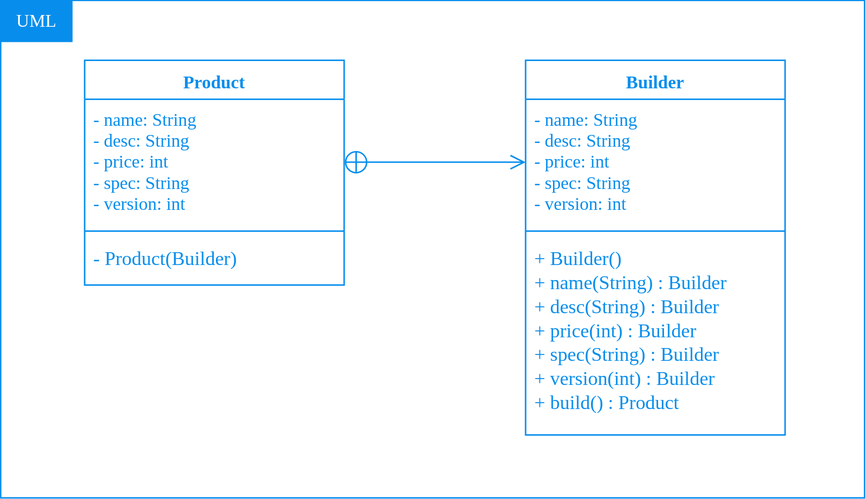
Before: assets/fonts/builder-design-pattern.svg, a diagram exported from draw.io (ahenteti/ahenteti.github.io). Source tidied: cells renumbered, new cells last; positions are measured from the earlier drawing's top-left corner, leaving out a move shared by most shapes.
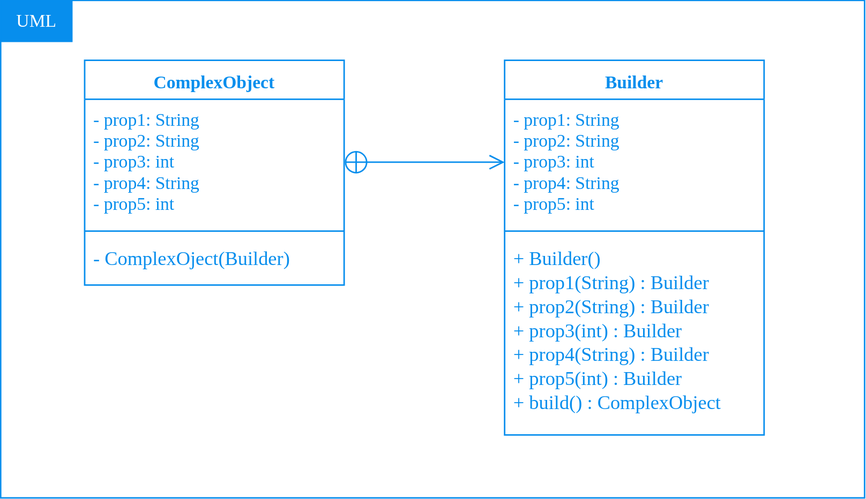
The same diagram one commit later.

Change to the diagram source:
```diff
@@ -11,31 +11,31 @@
     <mxCell id="4" value="&lt;font color=&quot;#ffffff&quot; face=&quot;Comic Sans MS&quot;&gt;UML&lt;/font&gt;" style="rounded=0;whiteSpace=wrap;html=1;strokeColor=#078EED;fillColor=#078EED;" parent="2" vertex="1">
       <mxGeometry width="47.4" height="27.3" as="geometry" />
     </mxCell>
-    <mxCell id="5" value="Product" style="swimlane;fontStyle=1;align=center;verticalAlign=top;horizontal=1;startSize=26;fillColor=none;strokeColor=#078EED;fontColor=#078EED;fontFamily=Comic Sans MS;" parent="1" vertex="1">
+    <mxCell id="5" value="ComplexObject" style="swimlane;fontStyle=1;align=center;verticalAlign=top;horizontal=1;startSize=26;fillColor=none;strokeColor=#078EED;fontColor=#078EED;fontFamily=Comic Sans MS;" parent="1" vertex="1">
       <mxGeometry x="56" y="40" width="173" height="150" as="geometry" />
     </mxCell>
-    <mxCell id="6" value="- name: String&#10;- desc: String&#10;- price: int&#10;- spec: String&#10;- version: int&#10;" style="text;strokeColor=none;fillColor=none;align=left;verticalAlign=top;spacingLeft=4;spacingRight=4;overflow=hidden;points=[[0,0.5],[1,0.5]];portConstraint=eastwest;fontColor=#078EED;fontFamily=Comic Sans MS;" parent="5" vertex="1">
+    <mxCell id="6" value="- prop1: String&#10;- prop2: String&#10;- prop3: int&#10;- prop4: String&#10;- prop5: int&#10;" style="text;strokeColor=none;fillColor=none;align=left;verticalAlign=top;spacingLeft=4;spacingRight=4;overflow=hidden;points=[[0,0.5],[1,0.5]];portConstraint=eastwest;fontColor=#078EED;fontFamily=Comic Sans MS;" parent="5" vertex="1">
       <mxGeometry y="26" width="173" height="84" as="geometry" />
     </mxCell>
     <mxCell id="7" style="line;strokeWidth=1;fillColor=none;align=left;verticalAlign=middle;spacingTop=-1;spacingLeft=3;spacingRight=3;labelPosition=right;strokeColor=#078EED;" parent="5" vertex="1">
       <mxGeometry y="110" width="173" height="8" as="geometry" />
     </mxCell>
-    <mxCell id="8" value="- Product(Builder)&#10;" style="text;strokeColor=none;fillColor=none;align=left;verticalAlign=top;spacingLeft=4;spacingRight=4;overflow=hidden;fontColor=#078EED;fontFamily=Comic Sans MS;fontSize=13;" parent="5" vertex="1">
+    <mxCell id="8" value="- ComplexOject(Builder)&#10;" style="text;strokeColor=none;fillColor=none;align=left;verticalAlign=top;spacingLeft=4;spacingRight=4;overflow=hidden;fontColor=#078EED;fontFamily=Comic Sans MS;fontSize=13;" parent="5" vertex="1">
       <mxGeometry y="118" width="173" height="32" as="geometry" />
     </mxCell>
     <mxCell id="9" style="endArrow=open;startArrow=circlePlus;endFill=0;startFill=0;endSize=8;html=1;exitX=1;exitY=0.5;exitDx=0;exitDy=0;strokeColor=#078EED;entryX=0;entryY=0.5;entryDx=0;entryDy=0;" parent="1" edge="1" source="6" target="11">
       <mxGeometry relative="1" as="geometry" />
     </mxCell>
     <mxCell id="10" value="Builder" style="swimlane;fontStyle=1;align=center;verticalAlign=top;horizontal=1;startSize=26;fillColor=none;strokeColor=#078EED;fontColor=#078EED;fontFamily=Comic Sans MS;" parent="1" vertex="1">
-      <mxGeometry x="336" y="26" width="173" height="250" as="geometry" />
+      <mxGeometry x="336" y="40" width="173" height="250" as="geometry" />
     </mxCell>
-    <mxCell id="11" value="- name: String&#10;- desc: String&#10;- price: int&#10;- spec: String&#10;- version: int&#10;" style="text;strokeColor=none;fillColor=none;align=left;verticalAlign=top;spacingLeft=4;spacingRight=4;overflow=hidden;points=[[0,0.5],[1,0.5]];portConstraint=eastwest;fontColor=#078EED;fontFamily=Comic Sans MS;" parent="10" vertex="1">
+    <mxCell id="11" value="- prop1: String&#10;- prop2: String&#10;- prop3: int&#10;- prop4: String&#10;- prop5: int" style="text;strokeColor=none;fillColor=none;align=left;verticalAlign=top;spacingLeft=4;spacingRight=4;overflow=hidden;points=[[0,0.5],[1,0.5]];portConstraint=eastwest;fontColor=#078EED;fontFamily=Comic Sans MS;" parent="10" vertex="1">
       <mxGeometry y="26" width="173" height="84" as="geometry" />
     </mxCell>
     <mxCell id="12" style="line;strokeWidth=1;fillColor=none;align=left;verticalAlign=middle;spacingTop=-1;spacingLeft=3;spacingRight=3;labelPosition=right;strokeColor=#078EED;" parent="10" vertex="1">
       <mxGeometry y="110" width="173" height="8" as="geometry" />
     </mxCell>
-    <mxCell id="13" value="+ Builder()&#10;+ name(String) : Builder&#10;+ desc(String) : Builder&#10;+ price(int) : Builder&#10;+ spec(String) : Builder&#10;+ version(int) : Builder&#10;+ build() : Product" style="text;strokeColor=none;fillColor=none;align=left;verticalAlign=top;spacingLeft=4;spacingRight=4;overflow=hidden;fontColor=#078EED;fontFamily=Comic Sans MS;fontSize=13;" parent="10" vertex="1">
+    <mxCell id="13" value="+ Builder()&#10;+ prop1(String) : Builder&#10;+ prop2(String) : Builder&#10;+ prop3(int) : Builder&#10;+ prop4(String) : Builder&#10;+ prop5(int) : Builder&#10;+ build() : ComplexObject" style="text;strokeColor=none;fillColor=none;align=left;verticalAlign=top;spacingLeft=4;spacingRight=4;overflow=hidden;fontColor=#078EED;fontFamily=Comic Sans MS;fontSize=13;" parent="10" vertex="1">
       <mxGeometry y="118" width="173" height="132" as="geometry" />
     </mxCell>
   </root>
```
